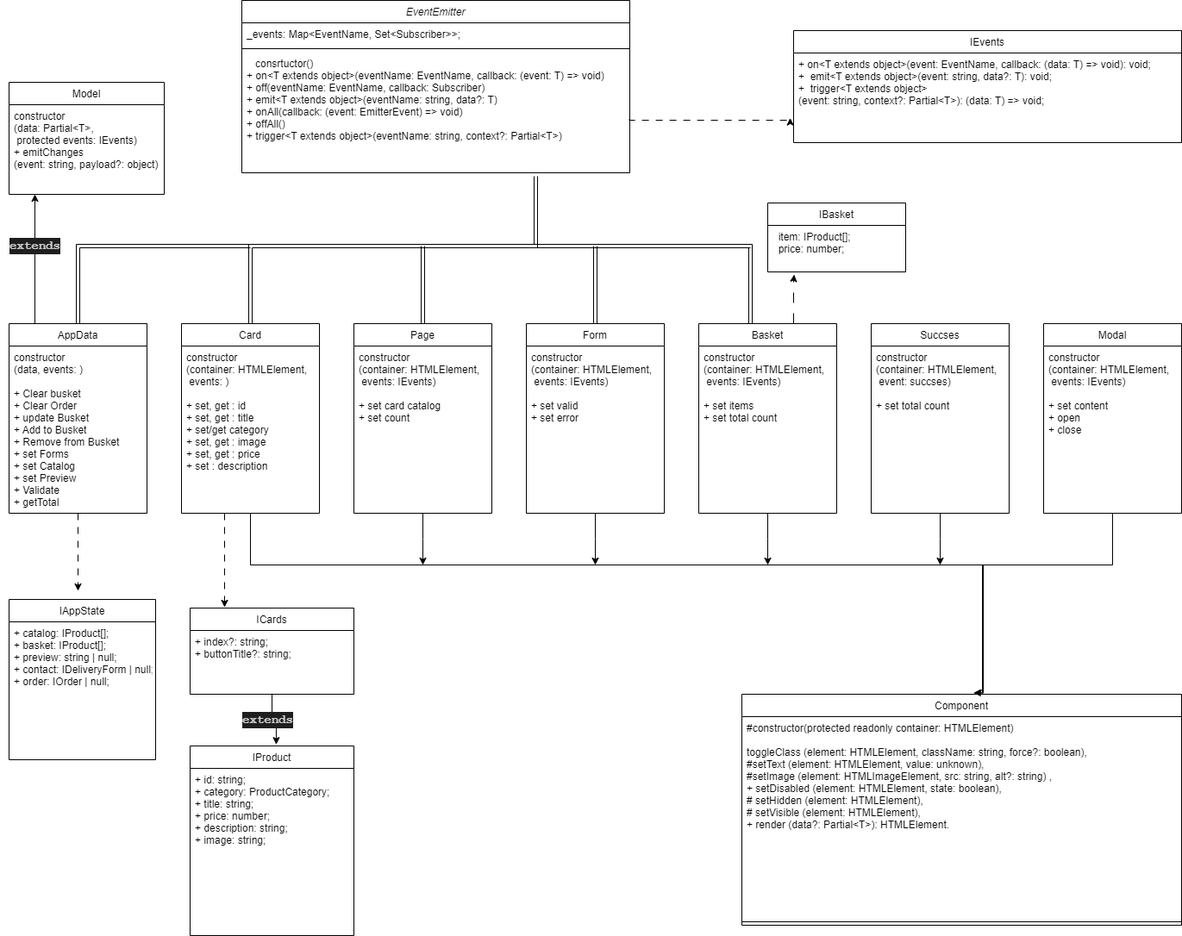
This is diagram.png from vipkifonn/web-larek-frontend, a draw.io export, as it was before one commit. Source tidied: cells renumbered, new cells last; positions are measured from the earlier drawing's top-left corner, leaving out a move shared by most shapes.
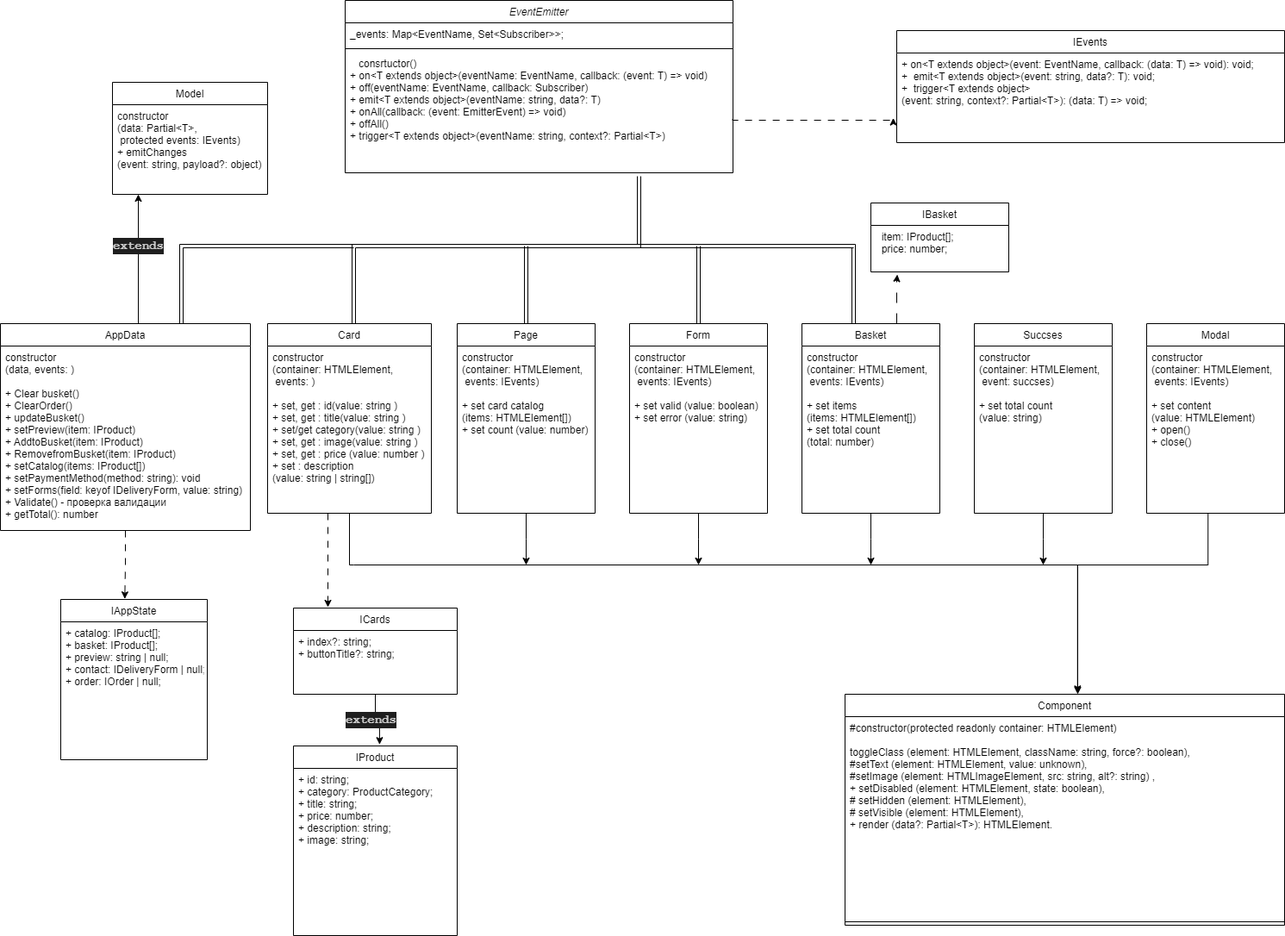
Later version of the same file.

What changed in the source:
```diff
@@ -63,7 +63,7 @@
     <mxCell id="14" value="Page" style="swimlane;fontStyle=0;align=center;verticalAlign=top;horizontal=1;startSize=26;rounded=0;shadow=0;strokeWidth=1;" parent="1" vertex="1">
       <mxGeometry x="410" y="375" width="160" height="220" as="geometry" />
     </mxCell>
-    <mxCell id="15" value="constructor&#10;(container: HTMLElement,&#10; events: IEvents)&#10;&#10;+ set card catalog&#10;+ set count&#10;" style="text;align=left;verticalAlign=top;spacingLeft=4;spacingRight=4;overflow=hidden;fontFamily=Helvetica;" parent="14" vertex="1">
+    <mxCell id="15" value="constructor&#10;(container: HTMLElement,&#10; events: IEvents)&#10;&#10;+ set card catalog&#10;(items: HTMLElement[])&#10;+ set count (value: number)&#10;" style="text;align=left;verticalAlign=top;spacingLeft=4;spacingRight=4;overflow=hidden;fontFamily=Helvetica;" parent="14" vertex="1">
       <mxGeometry y="26" width="160" height="160" as="geometry" />
     </mxCell>
     <mxCell id="16" style="edgeStyle=orthogonalEdgeStyle;rounded=0;jettySize=auto;html=1;shape=link;" parent="1" edge="1" source="17">
@@ -75,10 +75,10 @@
       </mxGeometry>
     </mxCell>
     <mxCell id="17" value="Card" style="swimlane;fontStyle=0;align=center;verticalAlign=top;horizontal=1;startSize=26;rounded=0;shadow=0;strokeWidth=1;" parent="1" vertex="1">
-      <mxGeometry x="210" y="375" width="160" height="220" as="geometry" />
+      <mxGeometry x="190" y="375" width="190" height="220" as="geometry" />
     </mxCell>
-    <mxCell id="18" value="constructor&#10;(container: HTMLElement,&#10; events: )&#10;&#10;+ set, get : id&#10;+ set, get : title&#10;+ set/get category&#10;+ set, get : image&#10;+ set, get : price&#10;+ set : description&#10;&#10;" style="text;align=left;verticalAlign=top;spacingLeft=4;spacingRight=4;overflow=hidden;fontFamily=Helvetica;" parent="17" vertex="1">
-      <mxGeometry y="26" width="160" height="156" as="geometry" />
+    <mxCell id="18" value="constructor&#10;(container: HTMLElement,&#10; events: )&#10;&#10;+ set, get : id(value: string )&#10;+ set, get : title(value: string )&#10;+ set/get category(value: string )&#10;+ set, get : image(value: string )&#10;+ set, get : price (value: number )&#10;+ set : description &#10;(value: string | string[])&#10;&#10;" style="text;align=left;verticalAlign=top;spacingLeft=4;spacingRight=4;overflow=hidden;fontFamily=Helvetica;" parent="17" vertex="1">
+      <mxGeometry y="26" width="190" height="156" as="geometry" />
     </mxCell>
     <mxCell id="19" value="ICards" style="swimlane;fontStyle=0;align=center;verticalAlign=top;horizontal=1;startSize=26;rounded=0;shadow=0;strokeWidth=1;" parent="1" vertex="1">
       <mxGeometry x="220" y="705" width="190" height="100" as="geometry" />
@@ -105,7 +105,7 @@
     <mxCell id="25" value="Form" style="swimlane;fontStyle=0;align=center;verticalAlign=top;horizontal=1;startSize=26;rounded=0;shadow=0;strokeWidth=1;" parent="1" vertex="1">
       <mxGeometry x="610" y="375" width="160" height="220" as="geometry" />
     </mxCell>
-    <mxCell id="26" value="constructor&#10;(container: HTMLElement,&#10; events: IEvents)&#10;&#10;+ set valid&#10;+ set error&#10;" style="text;align=left;verticalAlign=top;spacingLeft=4;spacingRight=4;overflow=hidden;" parent="25" vertex="1">
+    <mxCell id="26" value="constructor&#10;(container: HTMLElement,&#10; events: IEvents)&#10;&#10;+ set valid (value: boolean)&#10;+ set error (value: string)&#10;" style="text;align=left;verticalAlign=top;spacingLeft=4;spacingRight=4;overflow=hidden;fontFamily=Helvetica;" parent="25" vertex="1">
       <mxGeometry y="26" width="160" height="156" as="geometry" />
     </mxCell>
     <mxCell id="27" style="edgeStyle=orthogonalEdgeStyle;rounded=0;jettySize=auto;html=1;" parent="1" edge="1" source="29">
@@ -125,7 +125,7 @@
     <mxCell id="29" value="Basket" style="swimlane;fontStyle=0;align=center;verticalAlign=top;horizontal=1;startSize=26;rounded=0;shadow=0;strokeWidth=1;" parent="1" vertex="1">
       <mxGeometry x="810" y="375" width="160" height="220" as="geometry" />
     </mxCell>
-    <mxCell id="30" value="constructor&#10;(container: HTMLElement,&#10; events: IEvents)&#10;&#10;+ set items&#10;+ set total count&#10;" style="text;align=left;verticalAlign=top;spacingLeft=4;spacingRight=4;overflow=hidden;" parent="29" vertex="1">
+    <mxCell id="30" value="constructor&#10;(container: HTMLElement,&#10; events: IEvents)&#10;&#10;+ set items &#10;(items: HTMLElement[])&#10;+ set total count &#10;(total: number)&#10;" style="text;align=left;verticalAlign=top;spacingLeft=4;spacingRight=4;overflow=hidden;fontFamily=Helvetica;" parent="29" vertex="1">
       <mxGeometry y="26" width="160" height="160" as="geometry" />
     </mxCell>
     <mxCell id="31" style="edgeStyle=orthogonalEdgeStyle;rounded=0;jettySize=auto;html=1;" parent="1" edge="1" source="32">
@@ -136,21 +136,23 @@
     <mxCell id="32" value="Succses" style="swimlane;fontStyle=0;align=center;verticalAlign=top;horizontal=1;startSize=26;rounded=0;shadow=0;strokeWidth=1;" parent="1" vertex="1">
       <mxGeometry x="1010" y="375" width="160" height="220" as="geometry" />
     </mxCell>
-    <mxCell id="33" value="constructor&#10;(container: HTMLElement,&#10; event: succses)&#10;&#10;+ set total count" style="text;align=left;verticalAlign=top;spacingLeft=4;spacingRight=4;overflow=hidden;" parent="32" vertex="1">
+    <mxCell id="33" value="constructor&#10;(container: HTMLElement,&#10; event: succses)&#10;&#10;+ set total count &#10;(value: string)" style="text;align=left;verticalAlign=top;spacingLeft=4;spacingRight=4;overflow=hidden;fontFamily=Helvetica;" parent="32" vertex="1">
       <mxGeometry y="26" width="160" height="156" as="geometry" />
     </mxCell>
-    <mxCell id="34" style="edgeStyle=orthogonalEdgeStyle;rounded=0;jettySize=auto;html=1;entryX=0.527;entryY=-0.006;entryDx=0;entryDy=0;entryPerimeter=0;" parent="1" edge="1" source="35" target="8">
+    <mxCell id="34" style="edgeStyle=orthogonalEdgeStyle;rounded=0;orthogonalLoop=1;jettySize=auto;html=1;" parent="1" edge="1">
       <mxGeometry relative="1" as="geometry">
+        <mxPoint x="1281.2" y="595" as="sourcePoint" />
+        <mxPoint x="1130" y="805" as="targetPoint" />
         <Array as="points">
-          <mxPoint x="1290" y="655" />
-          <mxPoint x="1139" y="655" />
+          <mxPoint x="1281.2" y="655" />
+          <mxPoint x="1130.2" y="655" />
         </Array>
       </mxGeometry>
     </mxCell>
     <mxCell id="35" value="Modal" style="swimlane;fontStyle=0;align=center;verticalAlign=top;horizontal=1;startSize=26;rounded=0;shadow=0;strokeWidth=1;" parent="1" vertex="1">
       <mxGeometry x="1210" y="375" width="160" height="220" as="geometry" />
     </mxCell>
-    <mxCell id="36" value="constructor&#10;(container: HTMLElement,&#10; events: IEvents)&#10;&#10;+ set content&#10;+ open&#10;+ close&#10;" style="text;align=left;verticalAlign=top;spacingLeft=4;spacingRight=4;overflow=hidden;" parent="35" vertex="1">
+    <mxCell id="36" value="constructor&#10;(container: HTMLElement,&#10; events: IEvents)&#10;&#10;+ set content &#10;(value: HTMLElement)&#10;+ open()&#10;+ close()&#10;" style="text;align=left;verticalAlign=top;spacingLeft=4;spacingRight=4;overflow=hidden;fontFamily=Helvetica;" parent="35" vertex="1">
       <mxGeometry y="26" width="160" height="160" as="geometry" />
     </mxCell>
     <mxCell id="37" style="edgeStyle=orthogonalEdgeStyle;rounded=0;jettySize=auto;html=1;entryX=0.526;entryY=-0.008;entryDx=0;entryDy=0;entryPerimeter=0;" parent="1" edge="1" source="19" target="21">
@@ -195,16 +197,14 @@
         </Array>
       </mxGeometry>
     </mxCell>
-    <mxCell id="46" style="edgeStyle=orthogonalEdgeStyle;rounded=0;jettySize=auto;html=1;dashed=1;dashPattern=8 8;" parent="1" edge="1" source="47">
-      <mxGeometry relative="1" as="geometry">
-        <mxPoint x="90" y="685" as="targetPoint" />
-      </mxGeometry>
+    <mxCell id="46" style="edgeStyle=orthogonalEdgeStyle;rounded=0;jettySize=auto;html=1;dashed=1;dashPattern=8 8;entryX=0.437;entryY=-0.004;entryDx=0;entryDy=0;entryPerimeter=0;" parent="1" edge="1" source="47" target="52">
+      <mxGeometry relative="1" as="geometry" />
     </mxCell>
     <mxCell id="47" value="AppData" style="swimlane;fontStyle=0;align=center;verticalAlign=top;horizontal=1;startSize=26;rounded=0;shadow=0;strokeWidth=1;" parent="1" vertex="1">
-      <mxGeometry x="10" y="375" width="160" height="220" as="geometry" />
+      <mxGeometry x="-120" y="375" width="290" height="240" as="geometry" />
     </mxCell>
-    <mxCell id="48" value="constructor&#10;(data, events: )&#10;&#10;+ Clear busket&#10;+ Clear Order&#10;+ update Busket&#10;+ Add to Busket&#10;+ Remove from Busket&#10;+ set Forms&#10;+ set Catalog&#10;+ set Preview&#10;+ Validate&#10;+ getTotal &#10;&#10;" style="text;align=left;verticalAlign=top;spacingLeft=4;spacingRight=4;overflow=hidden;" parent="47" vertex="1">
-      <mxGeometry y="26" width="160" height="194" as="geometry" />
+    <mxCell id="48" value="constructor&#10;(data, events: )&#10;&#10;+ Clear busket() &#10;+ ClearOrder() &#10;+ updateBusket() &#10;+ setPreview(item: IProduct) &#10;+ AddtoBusket(item: IProduct) &#10;+ RemovefromBusket(item: IProduct) &#10;+ setCatalog(items: IProduct[]) &#10;+ setPaymentMethod(method: string): void &#10;+ setForms(field: keyof IDeliveryForm, value: string)&#10;+ Validate() - проверка валидации&#10;+ getTotal(): number&#10;" style="text;align=left;verticalAlign=top;spacingLeft=4;spacingRight=4;overflow=hidden;fontFamily=Helvetica;" parent="47" vertex="1">
+      <mxGeometry y="26" width="290" height="214" as="geometry" />
     </mxCell>
     <mxCell id="49" value="Model" style="swimlane;fontStyle=0;align=center;verticalAlign=top;horizontal=1;startSize=26;rounded=0;shadow=0;strokeWidth=1;" parent="1" vertex="1">
       <mxGeometry x="10" y="95" width="180" height="130" as="geometry" />
@@ -216,7 +216,7 @@
       <mxGeometry y="245" width="80" height="80" as="geometry" />
     </mxCell>
     <mxCell id="52" value="IAppState" style="swimlane;fontStyle=0;align=center;verticalAlign=top;horizontal=1;startSize=26;rounded=0;shadow=0;strokeWidth=1;" parent="1" vertex="1">
-      <mxGeometry x="10" y="695" width="170" height="186" as="geometry" />
+      <mxGeometry x="-50" y="695" width="170" height="186" as="geometry" />
     </mxCell>
     <mxCell id="53" value="+ catalog: IProduct[];&#10;+ basket: IProduct[];&#10;+ preview: string | null;&#10;+ contact: IDeliveryForm | null;&#10;+ order: IOrder | null;" style="text;align=left;verticalAlign=top;spacingLeft=4;spacingRight=4;overflow=hidden;fontFamily=Helvetica;" parent="52" vertex="1">
       <mxGeometry y="26" width="170" height="160" as="geometry" />
```
